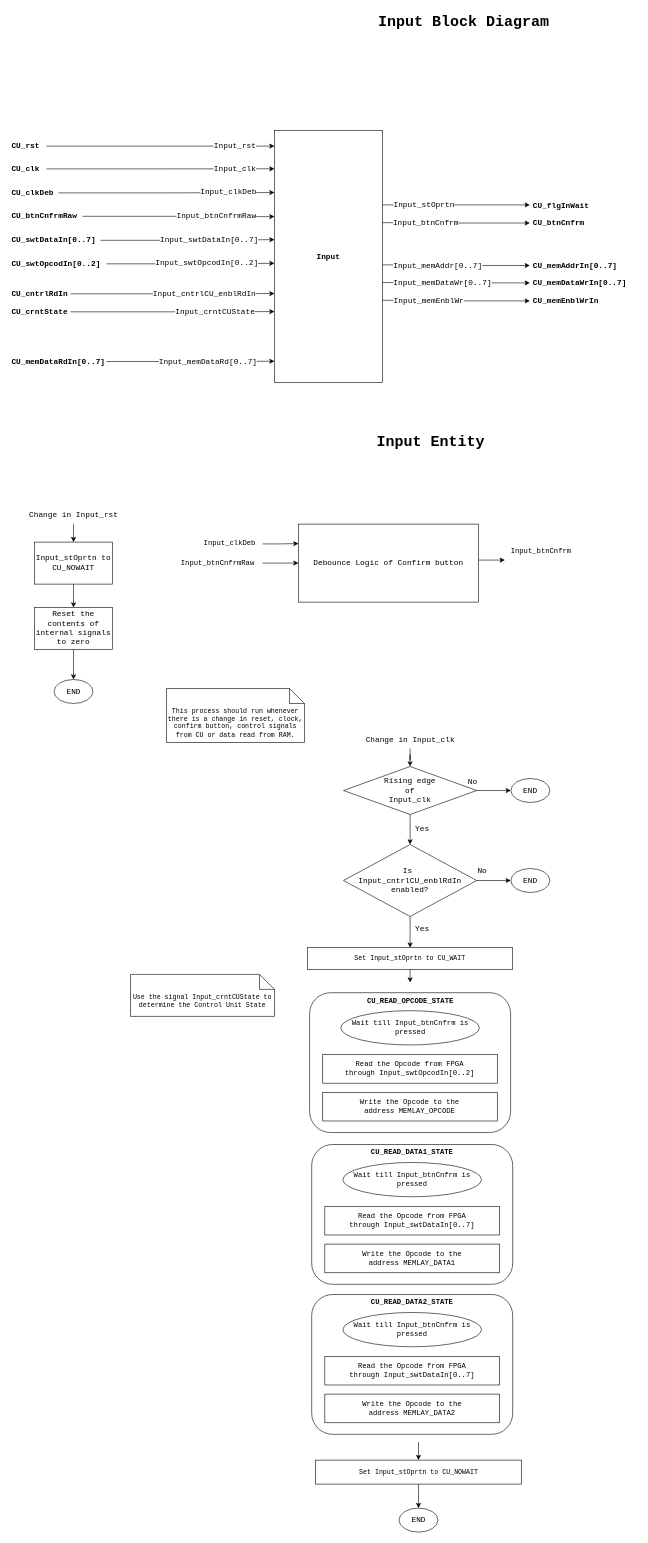
Before: page "Input_BD" (5 of 9) of 06_CPU_v2/CPU_Design.drawio in Vichu95/Basic_CPU_FPGA, a draw.io diagram. Source tidied: cells renumbered, new cells numbered last; positions are measured from the earlier drawing's top-left corner, leaving out a move shared by most shapes. Both pictures are drawn from the tidied source at 60%, with x=0, y=0 at pixel (10, 10).
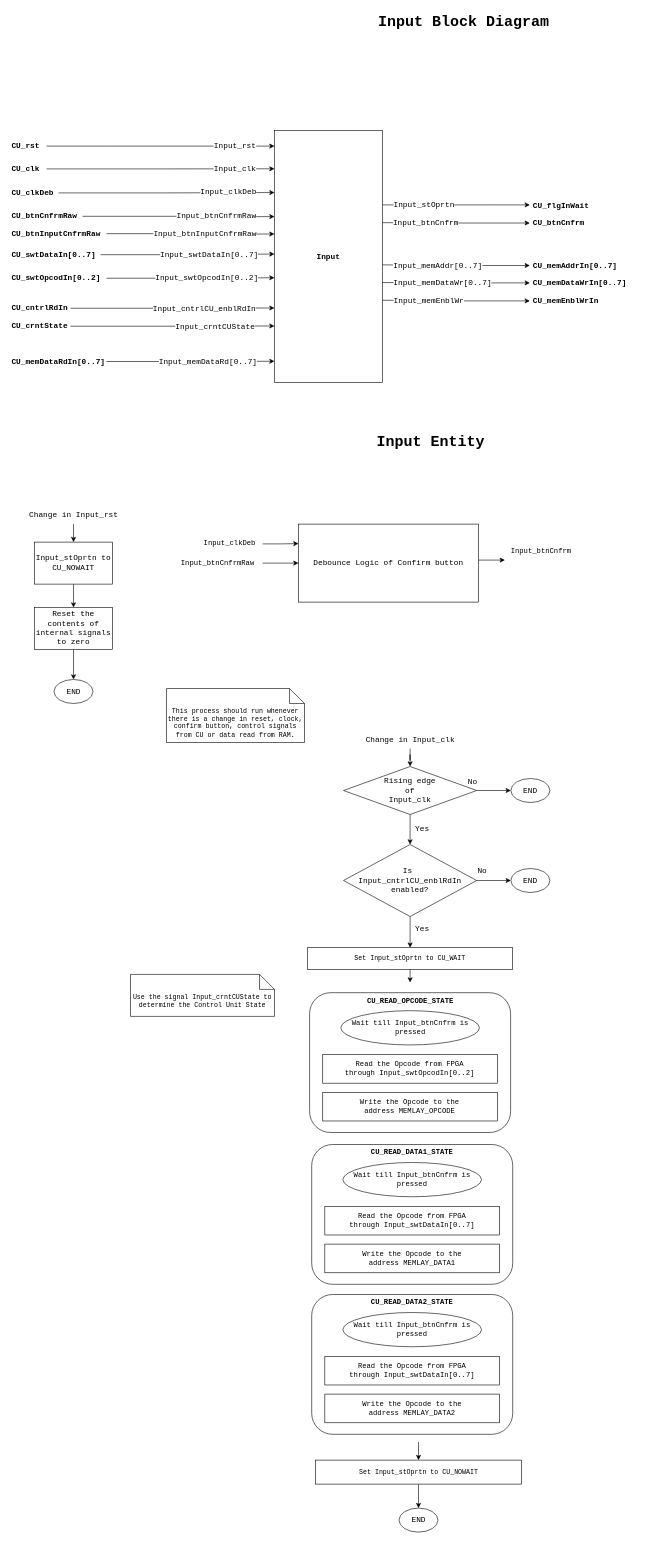
Above is the later version.

What changed in the source:
```diff
@@
     <mxCell id="10" style="edgeStyle=orthogonalEdgeStyle;rounded=0;jettySize=auto;html=1;fontFamily=Courier New;fontSize=13;fontColor=#000000;entryX=-0.009;entryY=0.267;entryDx=0;entryDy=0;entryPerimeter=0;" parent="1" edge="1" source="12">
       <mxGeometry relative="1" as="geometry">
-        <mxPoint x="440" y="381.9" as="targetPoint" />
+        <mxPoint x="440" y="405.9" as="targetPoint" />
       </mxGeometry>
     </mxCell>
@@
     <mxCell id="12" value="CU_swtDataIn[0..7]" style="text;html=1;align=left;verticalAlign=middle;points=[];strokeColor=none;fillColor=none;fontStyle=1;labelBackgroundColor=none;fontColor=#000000;fontSize=13;fontFamily=Courier New;spacing=2;spacingRight=-13;" parent="1" vertex="1">
-      <mxGeometry y="368" width="150" height="30" as="geometry" />
+      <mxGeometry y="392" width="150" height="30" as="geometry" />
     </mxCell>
     <mxCell id="13" style="edgeStyle=orthogonalEdgeStyle;rounded=0;jettySize=auto;html=1;entryX=0;entryY=0.33;entryDx=0;entryDy=0;entryPerimeter=0;fontFamily=Courier New;fontSize=13;fontColor=#000000;" parent="1" edge="1" source="15">
       <mxGeometry relative="1" as="geometry">
-        <mxPoint x="440" y="421.4" as="targetPoint" />
+        <mxPoint x="440" y="445.4" as="targetPoint" />
       </mxGeometry>
     </mxCell>
@@
     <mxCell id="15" value="CU_swtOpcodIn[0..2]" style="text;html=1;align=left;verticalAlign=middle;points=[];strokeColor=none;fillColor=none;fontStyle=1;labelBackgroundColor=none;fontColor=#000000;fontSize=13;fontFamily=Courier New;spacing=2;spacingRight=-13;" parent="1" vertex="1">
-      <mxGeometry y="407.2" width="160" height="30" as="geometry" />
+      <mxGeometry y="431.2" width="160" height="30" as="geometry" />
     </mxCell>
@@
     <mxCell id="22" style="edgeStyle=orthogonalEdgeStyle;rounded=0;jettySize=auto;html=1;entryX=-0.017;entryY=0.458;entryDx=0;entryDy=0;entryPerimeter=0;fontFamily=Courier New;fontSize=13;fontColor=#000000;startArrow=none;startFill=0;endArrow=classic;endFill=1;" parent="1" edge="1" source="24">
       <mxGeometry relative="1" as="geometry">
-        <mxPoint x="440" y="501.8" as="targetPoint" />
+        <mxPoint x="440" y="525.8" as="targetPoint" />
       </mxGeometry>
     </mxCell>
@@
     <mxCell id="24" value="CU_crntState" style="text;html=1;align=left;verticalAlign=middle;points=[];strokeColor=none;fillColor=none;fontStyle=1;labelBackgroundColor=none;fontColor=#000000;fontSize=13;fontFamily=Courier New;spacing=2;spacingRight=-13;" parent="1" vertex="1">
-      <mxGeometry y="487.2" width="100" height="30" as="geometry" />
+      <mxGeometry y="511.2" width="100" height="30" as="geometry" />
     </mxCell>
@@
     <mxCell id="43" style="edgeStyle=orthogonalEdgeStyle;rounded=0;jettySize=auto;html=1;entryX=-0.017;entryY=0.458;entryDx=0;entryDy=0;entryPerimeter=0;fontFamily=Courier New;fontSize=13;fontColor=#000000;startArrow=none;startFill=0;endArrow=classic;endFill=1;" parent="1" edge="1" source="45">
       <mxGeometry relative="1" as="geometry">
-        <mxPoint x="440" y="471.8" as="targetPoint" />
+        <mxPoint x="440" y="495.8" as="targetPoint" />
       </mxGeometry>
     </mxCell>
@@
     <mxCell id="45" value="CU_cntrlRdIn" style="text;html=1;align=left;verticalAlign=middle;points=[];strokeColor=none;fillColor=none;fontStyle=1;labelBackgroundColor=none;fontColor=#000000;fontSize=13;fontFamily=Courier New;spacing=2;spacingRight=-13;" parent="1" vertex="1">
-      <mxGeometry y="457.2" width="100" height="30" as="geometry" />
+      <mxGeometry y="481.2" width="100" height="30" as="geometry" />
     </mxCell>
@@
+    <mxCell id="95" style="edgeStyle=orthogonalEdgeStyle;rounded=0;jettySize=auto;html=1;entryX=0;entryY=0.206;entryDx=0;entryDy=0;entryPerimeter=0;fontFamily=Courier New;fontSize=13;fontColor=#000000;" parent="1" edge="1" source="97">
+      <mxGeometry relative="1" as="geometry">
+        <mxPoint x="440" y="372.5" as="targetPoint" />
+      </mxGeometry>
+    </mxCell>
+    <mxCell id="96" value="Input_btnInputCnfrmRaw" style="edgeLabel;html=1;align=center;verticalAlign=middle;fontSize=13;fontFamily=Courier New;fontColor=#000000;" parent="95" vertex="1">
+      <mxGeometry x="0.73" y="-3" relative="1" as="geometry">
+        <mxPoint x="-79" y="-4" as="offset" />
+      </mxGeometry>
+    </mxCell>
+    <mxCell id="97" value="CU_btnInputCnfrmRaw" style="text;html=1;align=left;verticalAlign=middle;points=[];strokeColor=none;fillColor=none;fontStyle=1;labelBackgroundColor=none;fontColor=#000000;fontSize=13;fontFamily=Courier New;spacing=2;spacingRight=-13;" parent="1" vertex="1">
+      <mxGeometry y="357" width="160" height="30" as="geometry" />
+    </mxCell>
```
